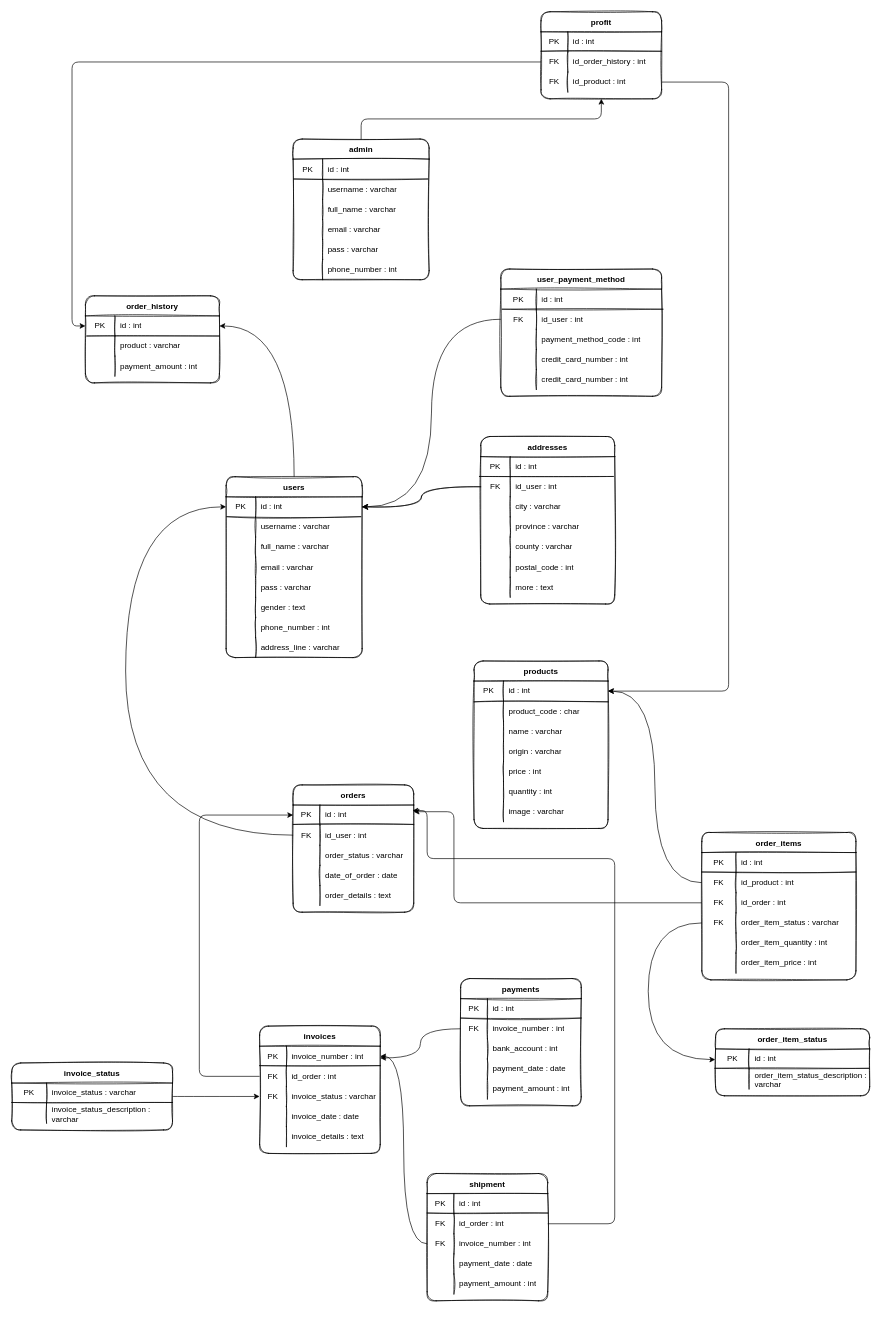
Before: syafaFlower_db.drawio in fadhlanarrizal/syafaFlower, a draw.io diagram. Source tidied: cells renumbered, new cells numbered last; positions are measured from the earlier drawing's top-left corner, leaving out a move shared by most shapes. Both pictures are drawn from the tidied source at 67%, with x=0, y=0 at pixel (11, 11).
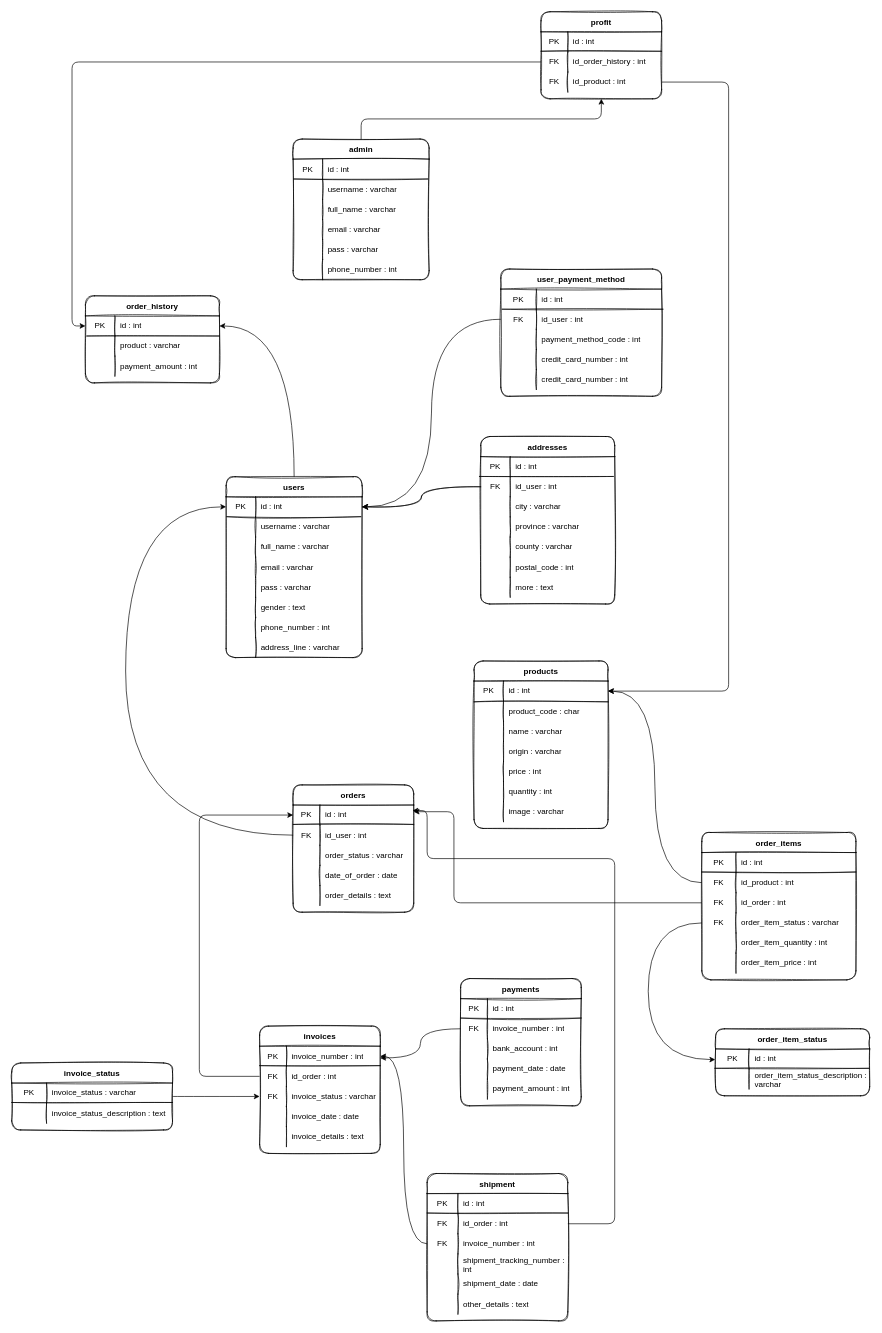
Above is the later version.

The change refers to these unchanged cells:
```xml
<mxCell id="181" style="shape=tableRow;horizontal=0;startSize=0;swimlaneHead=0;swimlaneBody=0;top=0;left=0;bottom=0;right=0;fillColor=none;rounded=1;sketch=1;" parent="177" vertex="1">
  <mxGeometry y="60" width="240" height="30" as="geometry" />
</mxCell>
```

What changed in the source:
```diff
@@
-    <mxCell id="183" value="invoice_status_description : varchar" style="shape=partialRectangle;html=1;whiteSpace=wrap;fillColor=none;top=0;left=0;bottom=0;right=0;align=left;spacingLeft=6;overflow=hidden;rounded=1;sketch=1;" parent="181" vertex="1">
+    <mxCell id="183" value="invoice_status_description : text&amp;nbsp;" style="shape=partialRectangle;html=1;whiteSpace=wrap;fillColor=none;top=0;left=0;bottom=0;right=0;align=left;spacingLeft=6;overflow=hidden;rounded=1;sketch=1;" parent="181" vertex="1">
       <mxGeometry x="52" width="188" height="30" as="geometry" />
     </mxCell>
@@
     <mxCell id="235" value="shipment" style="shape=table;startSize=30;childLayout=tableLayout;rowLines=0;fontStyle=1;rounded=1;sketch=1;" parent="1" vertex="1">
-      <mxGeometry x="620" y="1734" width="180" height="190" as="geometry" />
+      <mxGeometry x="620" y="1734" width="210" height="220" as="geometry" />
     </mxCell>
     <mxCell id="236" style="shape=tableRow;horizontal=0;startSize=0;swimlaneHead=0;swimlaneBody=0;top=0;left=0;bottom=0;right=0;fillColor=none;rounded=1;sketch=1;" parent="235" vertex="1">
-      <mxGeometry y="30" width="180" height="30" as="geometry" />
+      <mxGeometry y="30" width="210" height="30" as="geometry" />
     </mxCell>
     <mxCell id="237" value="PK" style="shape=partialRectangle;html=1;whiteSpace=wrap;fillColor=none;top=0;left=0;bottom=0;right=0;overflow=hidden;rounded=1;sketch=1;" parent="236" vertex="1">
-      <mxGeometry width="40" height="30" as="geometry" />
+      <mxGeometry width="46" height="30" as="geometry" />
     </mxCell>
     <mxCell id="238" value="id : int" style="shape=partialRectangle;html=1;whiteSpace=wrap;fillColor=none;top=0;left=0;bottom=0;right=0;align=left;spacingLeft=6;overflow=hidden;rounded=1;sketch=1;" parent="236" vertex="1">
-      <mxGeometry x="40" width="140" height="30" as="geometry" />
+      <mxGeometry x="46" width="164" height="30" as="geometry" />
     </mxCell>
     <mxCell id="239" style="shape=tableRow;horizontal=0;startSize=0;swimlaneHead=0;swimlaneBody=0;top=0;left=0;bottom=0;right=0;fillColor=none;points=[[0,0.5],[1,0.5]];portConstraint=eastwest;rounded=1;sketch=1;" parent="235" vertex="1">
-      <mxGeometry y="60" width="180" height="30" as="geometry" />
+      <mxGeometry y="60" width="210" height="30" as="geometry" />
     </mxCell>
     <mxCell id="240" value="FK" style="shape=partialRectangle;html=1;whiteSpace=wrap;fillColor=none;top=0;left=0;bottom=0;right=0;overflow=hidden;rounded=1;sketch=1;" parent="239" vertex="1">
-      <mxGeometry width="40" height="30" as="geometry" />
+      <mxGeometry width="46" height="30" as="geometry" />
     </mxCell>
     <mxCell id="241" value="id_order : int" style="shape=partialRectangle;html=1;whiteSpace=wrap;fillColor=none;top=0;left=0;bottom=0;right=0;align=left;spacingLeft=6;overflow=hidden;rounded=1;sketch=1;" parent="239" vertex="1">
-      <mxGeometry x="40" width="140" height="30" as="geometry" />
+      <mxGeometry x="46" width="164" height="30" as="geometry" />
     </mxCell>
     <mxCell id="242" style="shape=tableRow;horizontal=0;startSize=0;swimlaneHead=0;swimlaneBody=0;top=0;left=0;bottom=0;right=0;fillColor=none;points=[[0,0.5],[1,0.5]];portConstraint=eastwest;rounded=1;sketch=1;" parent="235" vertex="1">
-      <mxGeometry y="90" width="180" height="30" as="geometry" />
+      <mxGeometry y="90" width="210" height="30" as="geometry" />
     </mxCell>
     <mxCell id="243" value="FK" style="shape=partialRectangle;html=1;whiteSpace=wrap;fillColor=none;top=0;left=0;bottom=0;right=0;overflow=hidden;rounded=1;sketch=1;" parent="242" vertex="1">
-      <mxGeometry width="40" height="30" as="geometry" />
+      <mxGeometry width="46" height="30" as="geometry" />
     </mxCell>
     <mxCell id="244" value="invoice_number : int" style="shape=partialRectangle;html=1;whiteSpace=wrap;fillColor=none;top=0;left=0;bottom=0;right=0;align=left;spacingLeft=6;overflow=hidden;rounded=1;sketch=1;" parent="242" vertex="1">
-      <mxGeometry x="40" width="140" height="30" as="geometry" />
+      <mxGeometry x="46" width="164" height="30" as="geometry" />
     </mxCell>
+    <mxCell id="257" style="shape=tableRow;horizontal=0;startSize=0;swimlaneHead=0;swimlaneBody=0;top=0;left=0;bottom=0;right=0;fillColor=none;rounded=1;sketch=1;" parent="235" vertex="1">
+      <mxGeometry y="120" width="210" height="30" as="geometry" />
+    </mxCell>
+    <mxCell id="258" style="shape=partialRectangle;html=1;whiteSpace=wrap;fillColor=none;top=0;left=0;bottom=0;right=0;overflow=hidden;rounded=1;sketch=1;" parent="257" vertex="1">
+      <mxGeometry width="46" height="30" as="geometry" />
+    </mxCell>
+    <mxCell id="259" value="shipment_tracking_number : int" style="shape=partialRectangle;html=1;whiteSpace=wrap;fillColor=none;top=0;left=0;bottom=0;right=0;align=left;spacingLeft=6;overflow=hidden;rounded=1;sketch=1;" parent="257" vertex="1">
+      <mxGeometry x="46" width="164" height="30" as="geometry" />
+    </mxCell>
     <mxCell id="245" style="shape=tableRow;horizontal=0;startSize=0;swimlaneHead=0;swimlaneBody=0;top=0;left=0;bottom=0;right=0;fillColor=none;rounded=1;sketch=1;" parent="235" vertex="1">
-      <mxGeometry y="120" width="180" height="30" as="geometry" />
+      <mxGeometry y="150" width="210" height="30" as="geometry" />
     </mxCell>
     <mxCell id="246" style="shape=partialRectangle;html=1;whiteSpace=wrap;fillColor=none;top=0;left=0;bottom=0;right=0;overflow=hidden;rounded=1;sketch=1;" parent="245" vertex="1">
-      <mxGeometry width="40" height="30" as="geometry" />
+      <mxGeometry width="46" height="30" as="geometry" />
     </mxCell>
-    <mxCell id="247" value="&lt;span style=&quot;&quot;&gt;payment_date : date&lt;/span&gt;" style="shape=partialRectangle;html=1;whiteSpace=wrap;fillColor=none;top=0;left=0;bottom=0;right=0;align=left;spacingLeft=6;overflow=hidden;rounded=1;sketch=1;" parent="245" vertex="1">
-      <mxGeometry x="40" width="140" height="30" as="geometry" />
+    <mxCell id="247" value="&lt;span style=&quot;&quot;&gt;shipment_date : date&lt;/span&gt;" style="shape=partialRectangle;html=1;whiteSpace=wrap;fillColor=none;top=0;left=0;bottom=0;right=0;align=left;spacingLeft=6;overflow=hidden;rounded=1;sketch=1;" parent="245" vertex="1">
+      <mxGeometry x="46" width="164" height="30" as="geometry" />
     </mxCell>
     <mxCell id="248" style="shape=tableRow;horizontal=0;startSize=0;swimlaneHead=0;swimlaneBody=0;top=0;left=0;bottom=0;right=0;fillColor=none;rounded=1;sketch=1;" parent="235" vertex="1">
-      <mxGeometry y="150" width="180" height="30" as="geometry" />
+      <mxGeometry y="180" width="210" height="30" as="geometry" />
     </mxCell>
     <mxCell id="249" style="shape=partialRectangle;html=1;whiteSpace=wrap;fillColor=none;top=0;left=0;bottom=0;right=0;overflow=hidden;rounded=1;sketch=1;" parent="248" vertex="1">
-      <mxGeometry width="40" height="30" as="geometry" />
+      <mxGeometry width="46" height="30" as="geometry" />
     </mxCell>
-    <mxCell id="250" value="&lt;span style=&quot;&quot;&gt;payment_amount : int&lt;/span&gt;" style="shape=partialRectangle;html=1;whiteSpace=wrap;fillColor=none;top=0;left=0;bottom=0;right=0;align=left;spacingLeft=6;overflow=hidden;rounded=1;sketch=1;" parent="248" vertex="1">
-      <mxGeometry x="40" width="140" height="30" as="geometry" />
+    <mxCell id="250" value="other_details : text" style="shape=partialRectangle;html=1;whiteSpace=wrap;fillColor=none;top=0;left=0;bottom=0;right=0;align=left;spacingLeft=6;overflow=hidden;rounded=1;sketch=1;" parent="248" vertex="1">
+      <mxGeometry x="46" width="164" height="30" as="geometry" />
     </mxCell>
     <mxCell id="251" style="line;strokeWidth=1;html=1;rounded=1;sketch=1;" parent="1" vertex="1">
-      <mxGeometry x="620" y="1788" width="180" height="10" as="geometry" />
+      <mxGeometry x="620" y="1788" width="210" height="10" as="geometry" />
     </mxCell>
```
